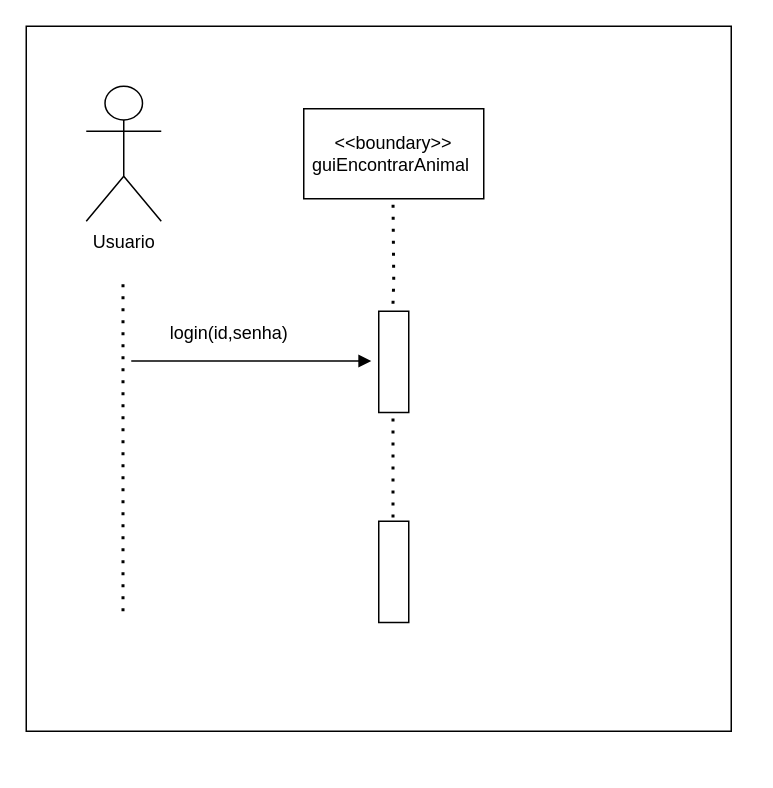
Earlier version of the draw.io diagram page "Página-1" (1 of 2) of Diagrama sem nome.drawio (Enrico258/Projeto-de-Software). Source tidied: cells renumbered, new cells numbered last; positions are measured from the earlier drawing's top-left corner, leaving out a move shared by most shapes. Both pictures are drawn from the tidied source at 150%, with x=0, y=0 at pixel (26, 26).
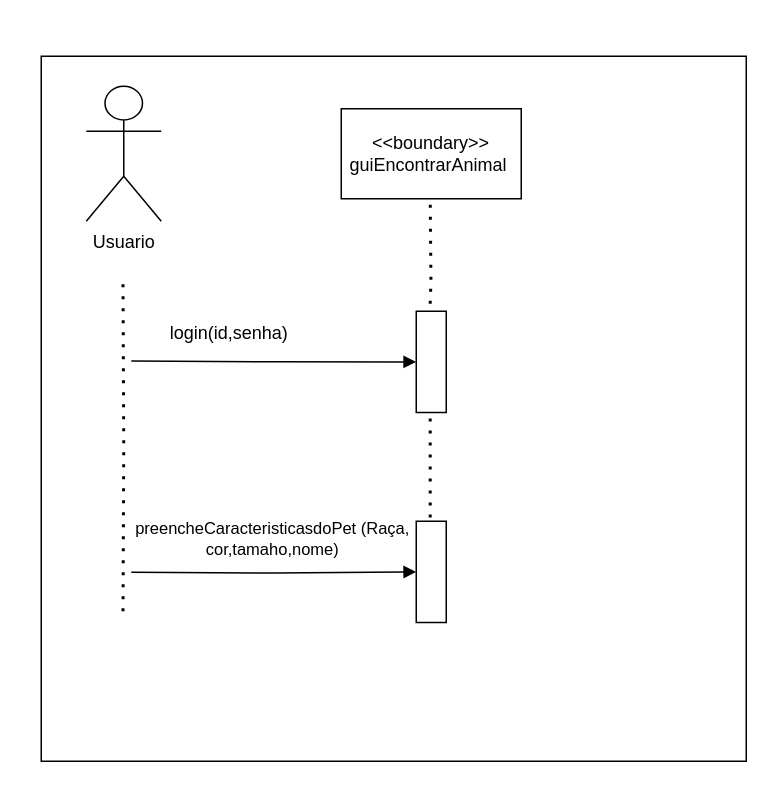
Above is the later version.

Change to the diagram source:
```diff
@@
     <mxCell id="2" style="whiteSpace=wrap;html=1;" parent="1" vertex="1">
-      <mxGeometry width="470" height="470" as="geometry" />
+      <mxGeometry x="10" y="20" width="470" height="470" as="geometry" />
     </mxCell>
@@
     <mxCell id="4" value="&amp;lt;&amp;lt;boundary&amp;gt;&amp;gt; guiEncontrarAnimal&amp;nbsp;" style="rounded=0;whiteSpace=wrap;html=1;" parent="1" vertex="1">
-      <mxGeometry x="185" y="55" width="120" height="60" as="geometry" />
+      <mxGeometry x="210" y="55" width="120" height="60" as="geometry" />
     </mxCell>
     <mxCell id="5" style="endArrow=none;dashed=1;html=1;dashPattern=1 3;strokeWidth=2;rounded=0;" parent="1" edge="1">
       <mxGeometry relative="1" as="geometry">
         <mxPoint x="64.5" y="390" as="sourcePoint" />
         <mxPoint x="64.5" y="170" as="targetPoint" />
+        <Array as="points">
+          <mxPoint x="65" y="280" />
+        </Array>
       </mxGeometry>
     </mxCell>
     <mxCell id="6" style="endArrow=none;dashed=1;html=1;dashPattern=1 3;strokeWidth=2;rounded=0;" parent="1" edge="1">
       <mxGeometry relative="1" as="geometry">
-        <mxPoint x="244.5" y="185" as="sourcePoint" />
-        <mxPoint x="244.5" y="115" as="targetPoint" />
+        <mxPoint x="269.3" y="185" as="sourcePoint" />
+        <mxPoint x="269.3" y="115" as="targetPoint" />
         <Array as="points">
-          <mxPoint x="245" y="170" />
+          <mxPoint x="269.8" y="170" />
         </Array>
       </mxGeometry>
     </mxCell>
     <mxCell id="7" style="rounded=0;whiteSpace=wrap;html=1;direction=south;" parent="1" vertex="1">
-      <mxGeometry x="235" y="190" width="20" height="67.5" as="geometry" />
+      <mxGeometry x="260" y="190" width="20" height="67.5" as="geometry" />
     </mxCell>
     <mxCell id="8" style="endArrow=none;dashed=1;html=1;dashPattern=1 3;strokeWidth=2;rounded=0;" parent="1" edge="1">
       <mxGeometry relative="1" as="geometry">
-        <mxPoint x="244.5" y="327.5" as="sourcePoint" />
-        <mxPoint x="244.5" y="257.5" as="targetPoint" />
+        <mxPoint x="269.3" y="327.5" as="sourcePoint" />
+        <mxPoint x="269.3" y="257.5" as="targetPoint" />
       </mxGeometry>
     </mxCell>
-    <mxCell id="9" style="endArrow=block;endFill=1;html=1;edgeStyle=orthogonalEdgeStyle;align=left;verticalAlign=top;rounded=0;" parent="1" edge="1">
+    <mxCell id="9" style="endArrow=block;endFill=1;html=1;edgeStyle=orthogonalEdgeStyle;align=left;verticalAlign=top;rounded=0;jumpSize=6;strokeWidth=1;startSize=6;entryX=0.5;entryY=1;entryDx=0;entryDy=0;" parent="1" edge="1" target="7">
       <mxGeometry x="-1" relative="1" as="geometry">
         <mxPoint x="70" y="223.2" as="sourcePoint" />
-        <mxPoint x="230" y="223.2" as="targetPoint" />
       </mxGeometry>
     </mxCell>
     <mxCell id="10" style="rounded=0;whiteSpace=wrap;html=1;direction=south;" parent="1" vertex="1">
-      <mxGeometry x="235" y="330" width="20" height="67.5" as="geometry" />
+      <mxGeometry x="260" y="330" width="20" height="67.5" as="geometry" />
     </mxCell>
@@
+    <mxCell id="12" style="endArrow=block;endFill=1;html=1;edgeStyle=orthogonalEdgeStyle;align=left;verticalAlign=top;rounded=0;entryX=0.5;entryY=1;entryDx=0;entryDy=0;" parent="1" edge="1" target="10">
+      <mxGeometry x="-1" relative="1" as="geometry">
+        <mxPoint x="70" y="364" as="sourcePoint" />
+      </mxGeometry>
+    </mxCell>
+    <mxCell id="13" value="preencheCaracteristicasdoPet (Raça,&lt;br&gt;cor,tamaho,nome)" style="edgeLabel;html=1;align=center;verticalAlign=middle;" parent="12" vertex="1">
+      <mxGeometry x="-0.44" y="-8" relative="1" as="geometry">
+        <mxPoint x="41" y="-31" as="offset" />
+      </mxGeometry>
+    </mxCell>
```
